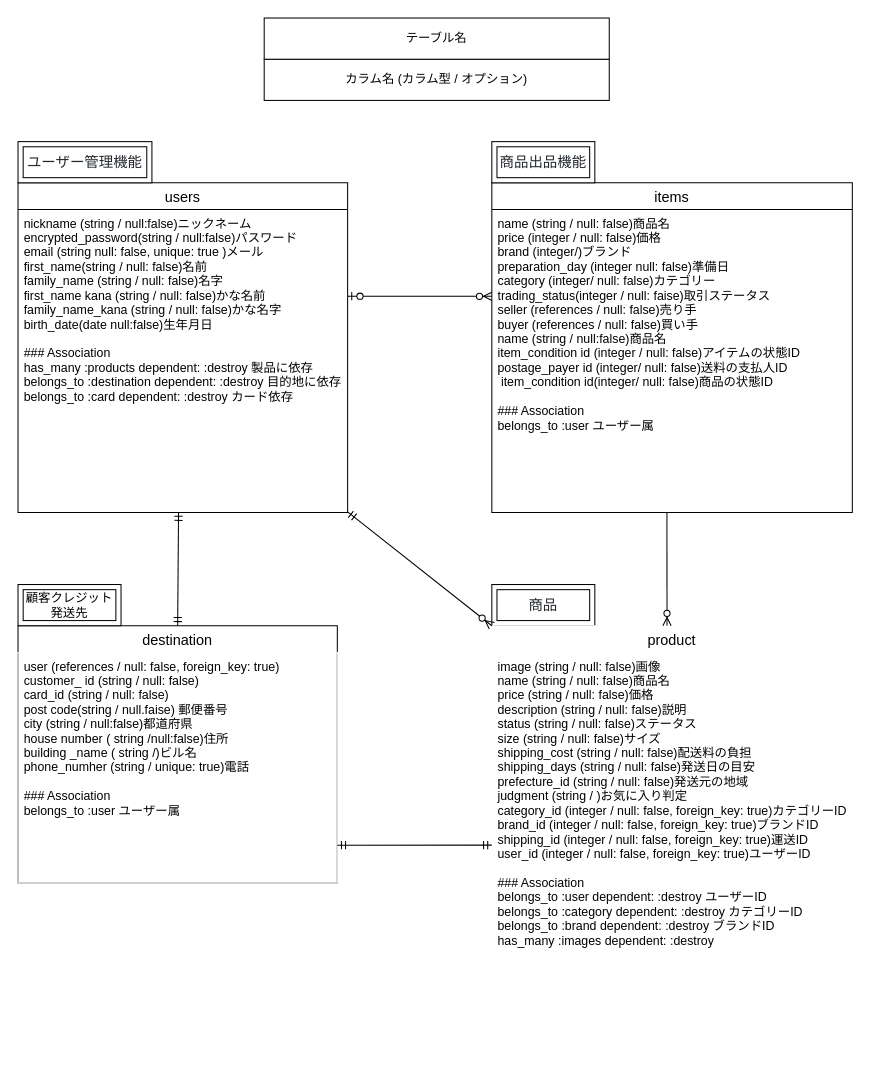
mitsuonitta/furima-38914 keeps this draw.io diagram as ER図.dio. Above is the earlier version. Source tidied: cells renumbered, new cells numbered last; positions are measured from the earlier drawing's top-left corner, leaving out a move shared by most shapes. Both pictures are drawn from the tidied source at 103%, with x=0, y=0 at pixel (18, 18).
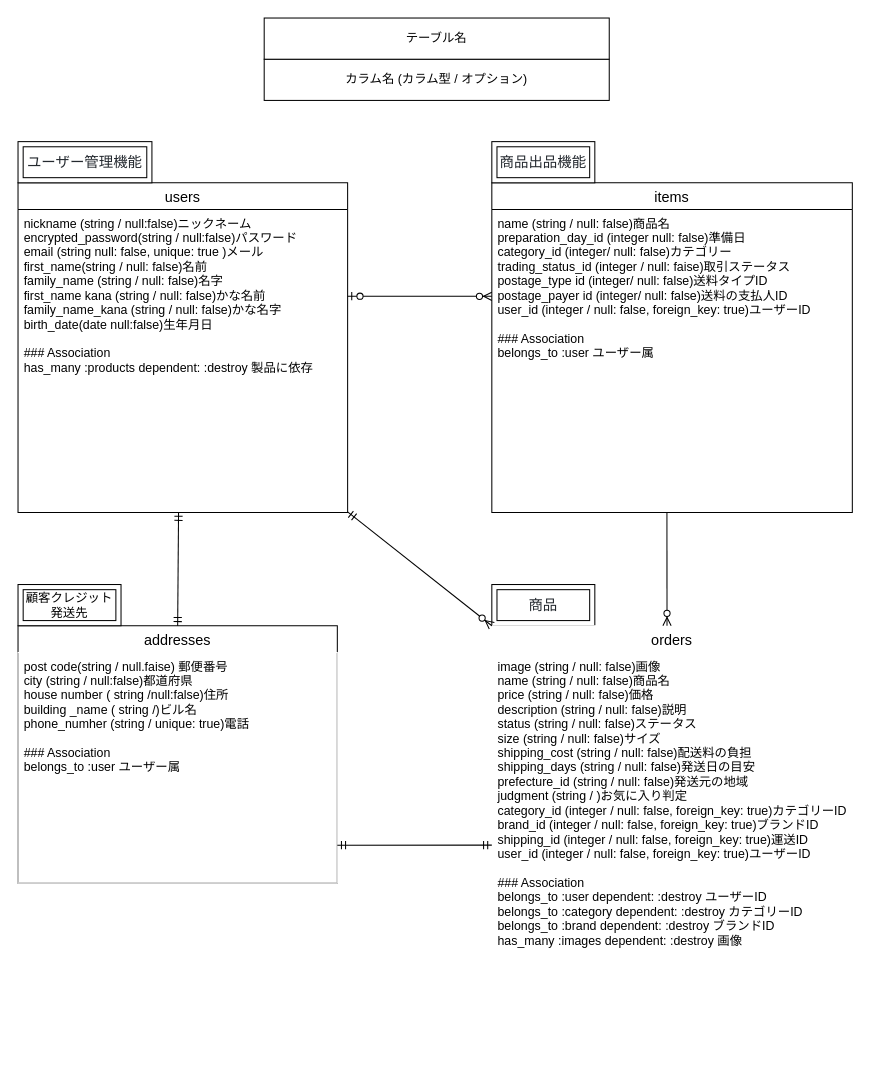
The same page after the edit.

Commit message (it also covers changes not shown here):
third commit custom03

The change refers to these unchanged cells:
```xml
<mxCell id="2" value="users" style="swimlane;fontStyle=0;horizontal=1;startSize=26;align=center;fontSize=14;" parent="1" vertex="1">
  <mxGeometry y="160" width="320" height="320" as="geometry" />
</mxCell>
<mxCell id="4" value="items" style="swimlane;fontStyle=0;horizontal=1;startSize=26;align=center;fontSize=14;" parent="1" vertex="1">
  <mxGeometry x="460" y="160" width="350" height="320" as="geometry" />
</mxCell>
```

Diff of the diagram source:
```diff
@@
-    <mxCell id="3" value="nickname (string / null:false)ニックネーム&#10;encrypted_password(string / null:false)パスワード&#10;email (string null: false, unique: true )メール&#10;first_name(string / null: false)名前&#10;family_name (string / null: false)名字&#10;first_name kana (string / null: false)かな名前&#10;family_name_kana (string / null: false)かな名字&#10;birth_date(date null:false)生年月日&#10;&#10;### Association&#10;has_many :products dependent: :destroy 製品に依存&#10;belongs_to :destination dependent: :destroy 目的地に依存&#10;belongs_to :card dependent: :destroy カード依存" style="text;strokeColor=none;fillColor=none;spacingLeft=4;spacingRight=4;overflow=hidden;points=[[0,0.5],[1,0.5]];portConstraint=eastwest;fontSize=12;labelBackgroundColor=none;fontColor=default;" parent="2" vertex="1">
+    <mxCell id="3" value="nickname (string / null:false)ニックネーム&#10;encrypted_password(string / null:false)パスワード&#10;email (string null: false, unique: true )メール&#10;first_name(string / null: false)名前&#10;family_name (string / null: false)名字&#10;first_name kana (string / null: false)かな名前&#10;family_name_kana (string / null: false)かな名字&#10;birth_date(date null:false)生年月日&#10;&#10;### Association&#10;has_many :products dependent: :destroy 製品に依存&#10;" style="text;strokeColor=none;fillColor=none;spacingLeft=4;spacingRight=4;overflow=hidden;points=[[0,0.5],[1,0.5]];portConstraint=eastwest;fontSize=12;labelBackgroundColor=none;fontColor=default;" parent="2" vertex="1">
       <mxGeometry y="26" width="320" height="294" as="geometry" />
     </mxCell>
@@
-    <mxCell id="5" value="name (string / null: false)商品名&#10;price (integer / null: false)価格&#10;brand (integer/)ブランド&#10;preparation_day (integer null: false)準備日&#10;category (integer/ null: false)カテゴリー&#10;trading_status(integer / null: faise)取引ステータス&#10;seller (references / null: false)売り手&#10;buyer (references / null: false)買い手&#10;name (string / null:false)商品名&#10;item_condition id (integer / null: false)アイテムの状態ID&#10;postage_payer id (integer/ null: false)送料の支払人ID&#10; item_condition id(integer/ null: false)商品の状態ID&#10;&#10;### Association&#10;belongs_to :user ユーザー属" style="text;strokeColor=none;fillColor=none;spacingLeft=4;spacingRight=4;overflow=hidden;fontSize=12;" parent="4" vertex="1">
+    <mxCell id="5" value="name (string / null: false)商品名&#10;preparation_day_id (integer null: false)準備日&#10;category_id (integer/ null: false)カテゴリー&#10;trading_status_id (integer / null: faise)取引ステータス&#10;postage_type id (integer/ null: false)送料タイプID&#10;postage_payer id (integer/ null: false)送料の支払人ID&#10;user_id (integer / null: false, foreign_key: true)ユーザーID&#10;&#10;### Association&#10;belongs_to :user ユーザー属" style="text;strokeColor=none;fillColor=none;spacingLeft=4;spacingRight=4;overflow=hidden;fontSize=12;" parent="4" vertex="1">
       <mxGeometry y="26" width="350" height="294" as="geometry" />
     </mxCell>
@@
-    <mxCell id="12" value="destination" style="swimlane;fontStyle=0;horizontal=1;startSize=26;align=center;fontSize=14;labelBackgroundColor=none;fontColor=default;" parent="1" vertex="1">
+    <mxCell id="12" value="addresses" style="swimlane;fontStyle=0;horizontal=1;startSize=26;align=center;fontSize=14;labelBackgroundColor=none;fontColor=default;" parent="1" vertex="1">
       <mxGeometry y="590" width="310" height="250" as="geometry" />
     </mxCell>
-    <mxCell id="13" value="user (references / null: false, foreign_key: true)&#10;customer_ id (string / null: false) &#10;card_id (string / null: false)&#10;post code(string / null.faise) 郵便番号&#10;city (string / null:false)都道府県&#10;house number ( string /null:false)住所&#10;building _name ( string /)ビル名&#10;phone_numher (string / unique: true)電話&#10;&#10;### Association&#10;belongs_to :user ユーザー属" style="text;strokeColor=#FFFFFF;fillColor=none;spacingLeft=4;spacingRight=4;overflow=hidden;points=[[0,0.5],[1,0.5]];portConstraint=eastwest;fontSize=12;labelBackgroundColor=none;fontColor=default;" parent="12" vertex="1">
+    <mxCell id="13" value="post code(string / null.faise) 郵便番号&#10;city (string / null:false)都道府県&#10;house number ( string /null:false)住所&#10;building _name ( string /)ビル名&#10;phone_numher (string / unique: true)電話&#10;&#10;### Association&#10;belongs_to :user ユーザー属" style="text;strokeColor=#FFFFFF;fillColor=none;spacingLeft=4;spacingRight=4;overflow=hidden;points=[[0,0.5],[1,0.5]];portConstraint=eastwest;fontSize=12;labelBackgroundColor=none;fontColor=default;" parent="12" vertex="1">
       <mxGeometry y="26" width="310" height="224" as="geometry" />
     </mxCell>
@@
-    <mxCell id="16" value="product" style="swimlane;fontStyle=0;horizontal=1;startSize=26;align=center;fontSize=14;labelBackgroundColor=none;strokeColor=#FFFFFF;fontColor=default;" parent="1" vertex="1">
+    <mxCell id="16" value="orders" style="swimlane;fontStyle=0;horizontal=1;startSize=26;align=center;fontSize=14;labelBackgroundColor=none;strokeColor=#FFFFFF;fontColor=default;" parent="1" vertex="1">
       <mxGeometry x="460" y="590" width="350" height="410" as="geometry" />
     </mxCell>
-    <mxCell id="17" value="image (string / null: false)画像&#10;name (string / null: false)商品名&#10;price (string / null: false)価格&#10;description (string / null: false)説明&#10;status (string / null: false)ステータス&#10;size (string / null: false)サイズ&#10;shipping_cost (string / null: false)配送料の負担&#10;shipping_days (string / null: false)発送日の目安&#10;prefecture_id (string / null: false)発送元の地域&#10;judgment (string / )お気に入り判定&#10;category_id (integer / null: false, foreign_key: true)カテゴリーID&#10;brand_id (integer / null: false, foreign_key: true)ブランドID&#10;shipping_id (integer / null: false, foreign_key: true)運送ID&#10;user_id (integer / null: false, foreign_key: true)ユーザーID&#10;&#10;### Association&#10;belongs_to :user dependent: :destroy ユーザーID&#10;belongs_to :category dependent: :destroy カテゴリーID&#10;belongs_to :brand dependent: :destroy ブランドID&#10;has_many :images dependent: :destroy&#10;" style="text;strokeColor=none;fillColor=none;spacingLeft=4;spacingRight=4;overflow=hidden;points=[[0,0.5],[1,0.5]];portConstraint=eastwest;fontSize=12;labelBackgroundColor=none;fontColor=default;" parent="16" vertex="1">
+    <mxCell id="17" value="image (string / null: false)画像&#10;name (string / null: false)商品名&#10;price (string / null: false)価格&#10;description (string / null: false)説明&#10;status (string / null: false)ステータス&#10;size (string / null: false)サイズ&#10;shipping_cost (string / null: false)配送料の負担&#10;shipping_days (string / null: false)発送日の目安&#10;prefecture_id (string / null: false)発送元の地域&#10;judgment (string / )お気に入り判定&#10;category_id (integer / null: false, foreign_key: true)カテゴリーID&#10;brand_id (integer / null: false, foreign_key: true)ブランドID&#10;shipping_id (integer / null: false, foreign_key: true)運送ID&#10;user_id (integer / null: false, foreign_key: true)ユーザーID&#10;&#10;### Association&#10;belongs_to :user dependent: :destroy ユーザーID&#10;belongs_to :category dependent: :destroy カテゴリーID&#10;belongs_to :brand dependent: :destroy ブランドID&#10;has_many :images dependent: :destroy 画像&#10;" style="text;strokeColor=none;fillColor=none;spacingLeft=4;spacingRight=4;overflow=hidden;points=[[0,0.5],[1,0.5]];portConstraint=eastwest;fontSize=12;labelBackgroundColor=none;fontColor=default;" parent="16" vertex="1">
       <mxGeometry y="26" width="350" height="384" as="geometry" />
     </mxCell>
```
